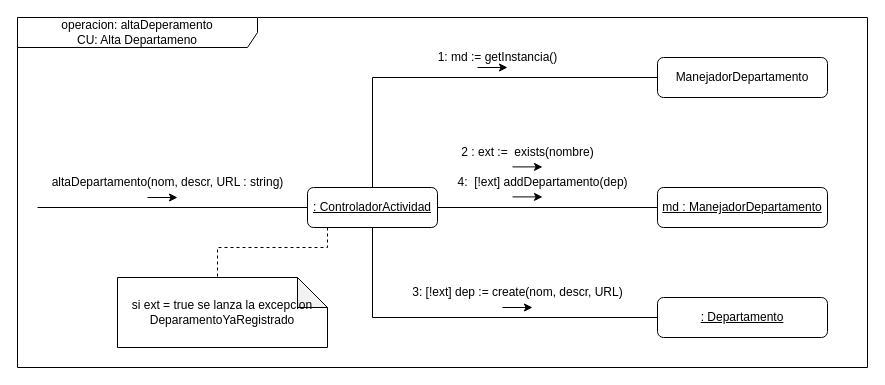
Before: Diseño/DDC/AltaDepartamento.drawio in FacundoDiaz00/Taller-de-Programaci-n, a draw.io diagram. Source tidied: cells renumbered, new cells numbered last; positions are measured from the earlier drawing's top-left corner, leaving out a move shared by most shapes. Both pictures are drawn from the tidied source at 100%, with x=0, y=0 at pixel (17, 17).
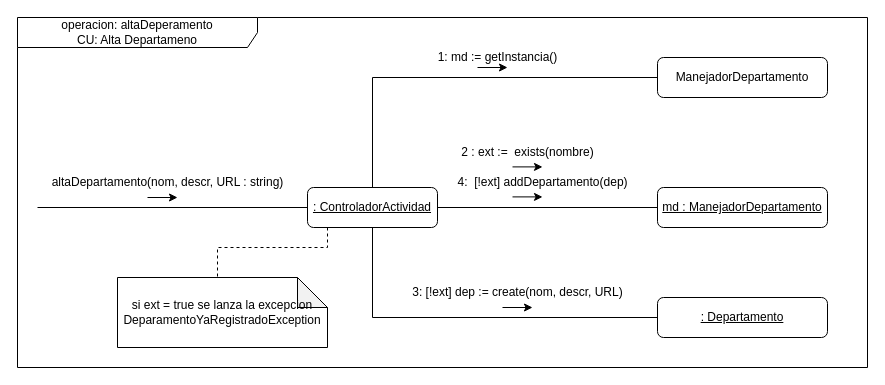
After the change.

Commit message (it also covers changes not shown here):
Alta de departamento con hardcode en el principal para que pruebe

Diff of the diagram source:
```diff
@@
-    <mxCell id="22" value="si ext = true se lanza la excepcion DeparamentoYaRegistrado" style="shape=note;whiteSpace=wrap;html=1;backgroundOutline=1;darkOpacity=0.05;" parent="1" vertex="1">
+    <mxCell id="22" value="si ext = true se lanza la excepcion DeparamentoYaRegistradoException" style="shape=note;whiteSpace=wrap;html=1;backgroundOutline=1;darkOpacity=0.05;" parent="1" vertex="1">
       <mxGeometry x="100" y="260" width="210" height="70" as="geometry" />
     </mxCell>
```
